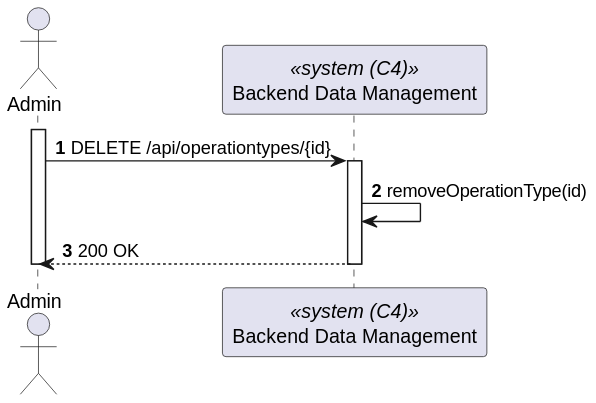
Above: docs/sprint-a/us-5.1.22/views/level2/process-view.svg in 1220846/sem5pi-24-25-3ddg20 (PlantUML), before the change.
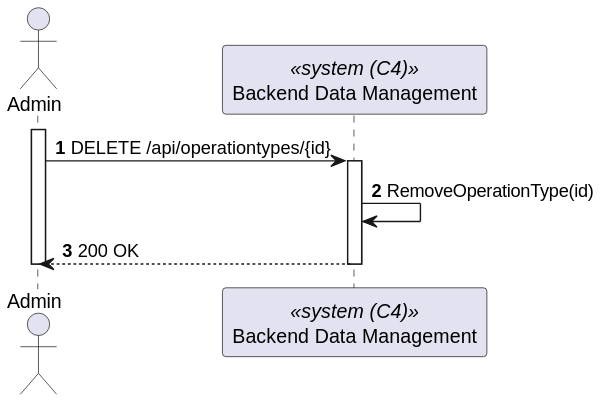
The same file after the commit.

Change to the diagram source:
```diff
@@ -9,7 +9,7 @@
     Admin-> BackendDataManagement : DELETE /api/operationtypes/{id}
     activate BackendDataManagement
 
-        BackendDataManagement -> BackendDataManagement : removeOperationType(id)
+        BackendDataManagement -> BackendDataManagement : RemoveOperationType(id)
 
         Admin <-- BackendDataManagement : 200 OK
     deactivate BackendDataManagement
```
